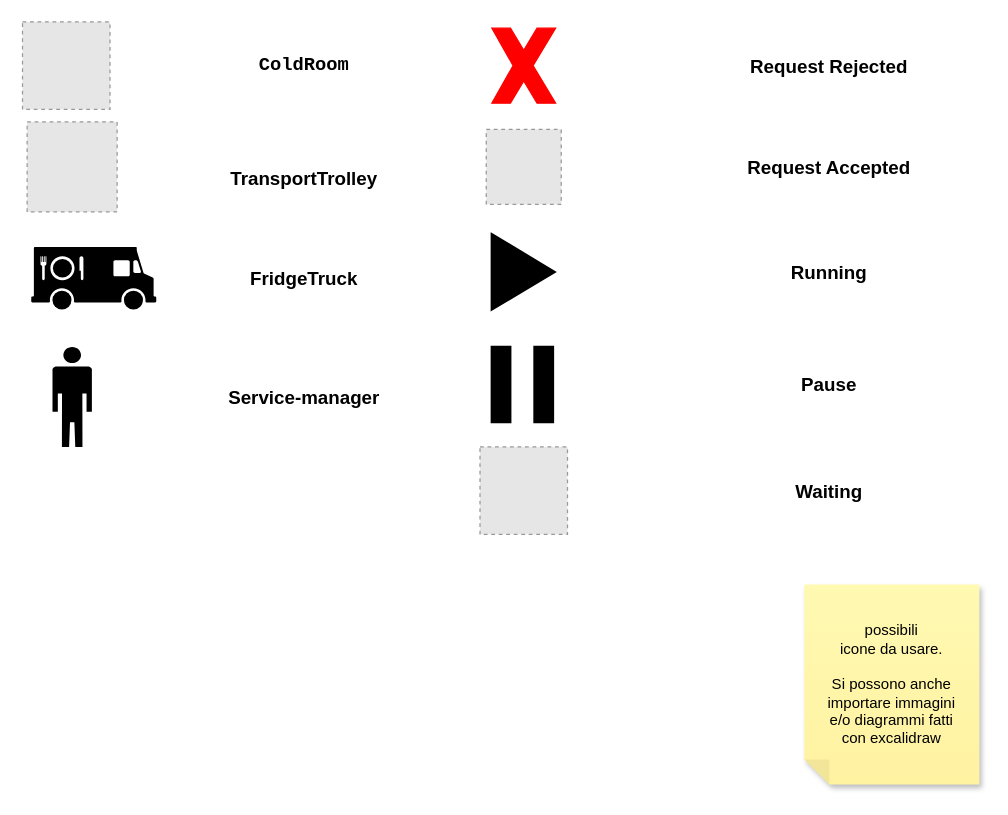
Earlier version of the draw.io diagram Sprint0/userDocs/resources/draw/legenda.drawio (LEOB3TA/ColdStorageService-Project). Source tidied: cells renumbered, new cells numbered last; positions are measured from the earlier drawing's top-left corner, leaving out a move shared by most shapes. Both pictures are drawn from the tidied source at 125%, with x=0, y=0 at pixel (21, 21). Pictures stored in the file or linked from it are replaced by grey dashed boxes.
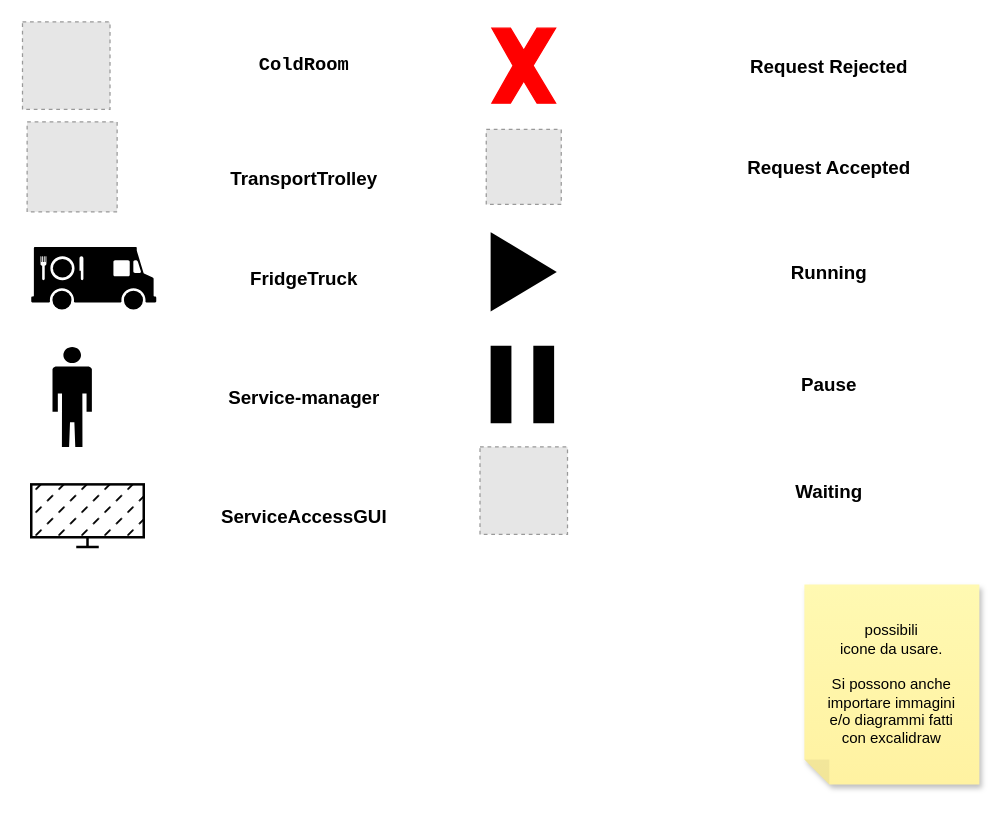
After the change.

What changed in the source:
```diff
@@
+    <mxCell id="21" style="html=1;verticalLabelPosition=bottom;align=center;labelBackgroundColor=#ffffff;verticalAlign=top;strokeWidth=2;strokeColor=#000000;shadow=0;dashed=0;shape=mxgraph.ios7.icons.monitor;fillStyle=dashed;fillColor=#000000;" parent="1" vertex="1">
+      <mxGeometry x="7.5" y="370" width="90" height="50" as="geometry" />
+    </mxCell>
+    <mxCell id="22" value="&lt;div&gt;&lt;font size=&quot;1&quot;&gt;&lt;b style=&quot;font-size: 15px;&quot;&gt;ServiceAccessGUI&lt;/b&gt;&lt;/font&gt;&lt;/div&gt;" style="text;html=1;strokeColor=none;fillColor=none;align=center;verticalAlign=middle;whiteSpace=wrap;rounded=0;" parent="1" vertex="1">
+      <mxGeometry x="156" y="380" width="140" height="30" as="geometry" />
+    </mxCell>
```
